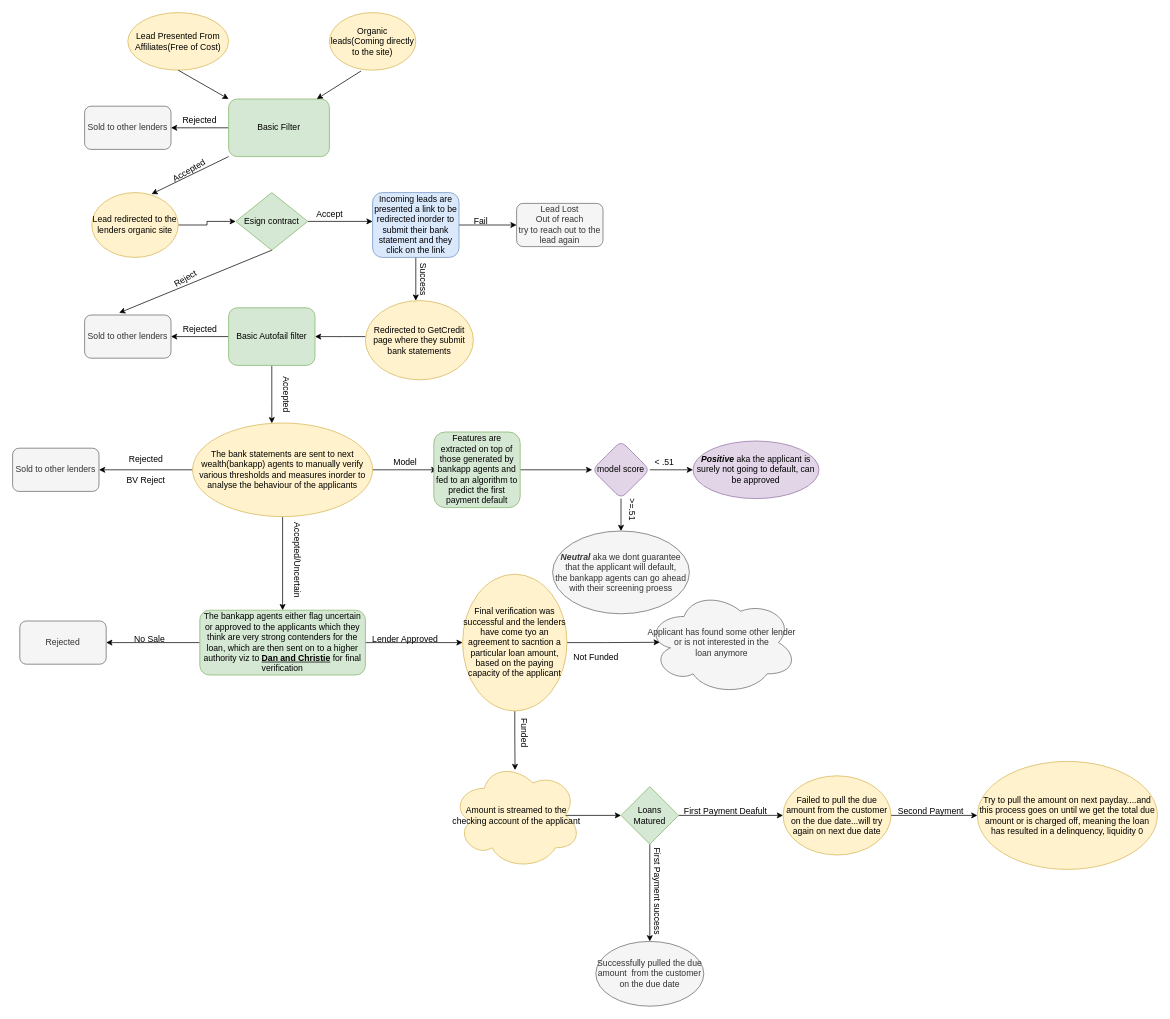
This is Untitled Diagram.drawio from vishal-subedi/test, a draw.io file, before an edit. Source tidied: cells renumbered, new cells numbered last; positions are measured from the earlier drawing's top-left corner, leaving out a move shared by most shapes. Both pictures are drawn from the tidied source at 72%, with x=0, y=0 at pixel (12, 12).
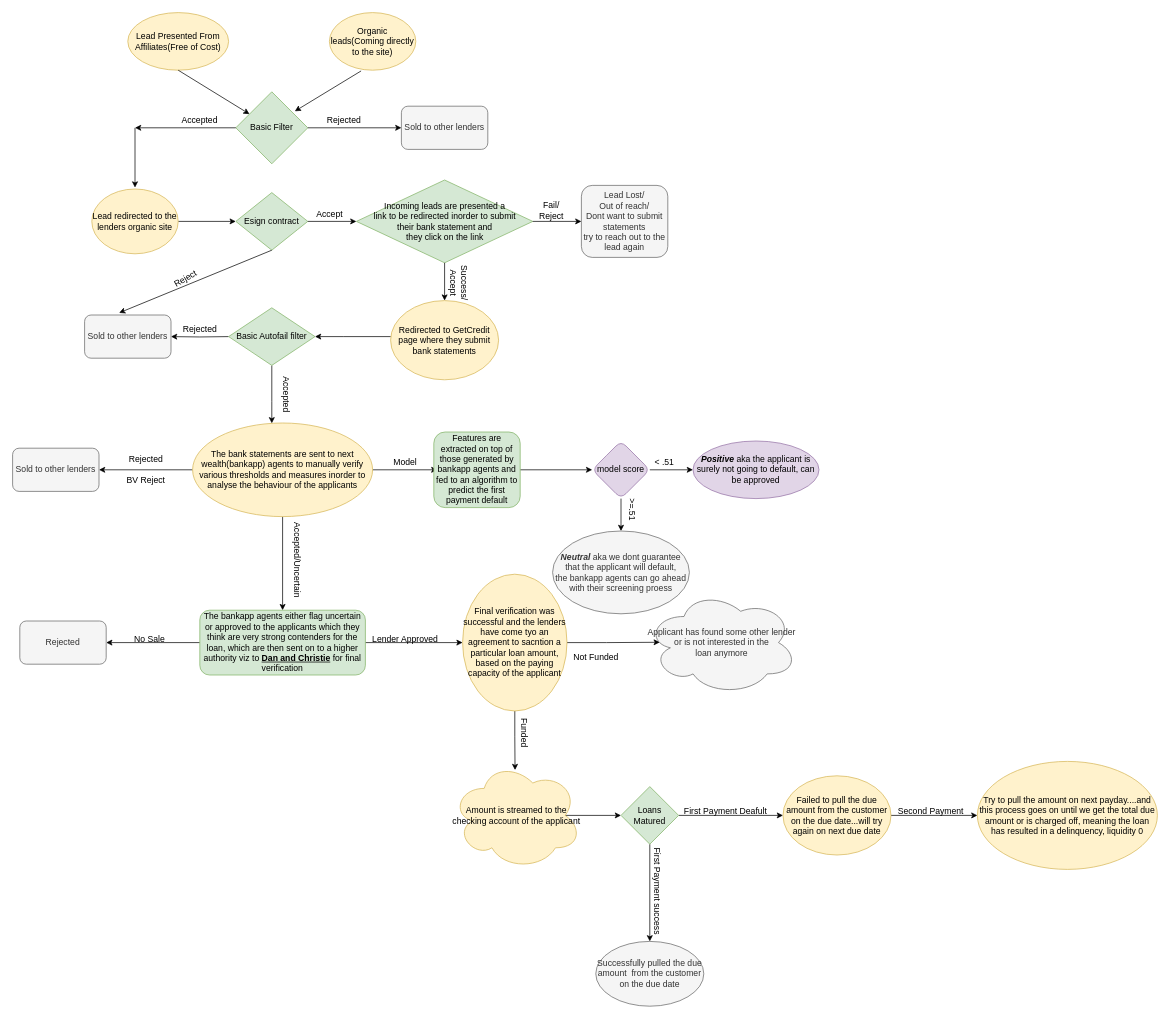
After the change.

Unchanged cells that the change refers to:
```xml
<mxCell id="6" value="Organic leads(Coming directly to the site)" style="ellipse;whiteSpace=wrap;html=1;fillColor=#fff2cc;strokeColor=#d6b656;" parent="1" vertex="1">
  <mxGeometry x="440" width="120" height="80" as="geometry" />
</mxCell>
<mxCell id="23" value="The bank statements are sent to next wealth(bankapp) agents to manually verify various thresholds and measures inorder to analyse the behaviour of the applicants" style="ellipse;whiteSpace=wrap;html=1;rounded=1;strokeColor=#d6b656;fillColor=#fff2cc;" parent="1" vertex="1">
  <mxGeometry x="250" y="570" width="250" height="130" as="geometry" />
</mxCell>
<mxCell id="24" value="Sold to other lenders" style="rounded=1;whiteSpace=wrap;html=1;fillColor=#f5f5f5;strokeColor=#666666;fontColor=#333333;" parent="1" vertex="1">
  <mxGeometry x="100" y="420" width="120" height="60" as="geometry" />
</mxCell>
<mxCell id="71" value="Esign contract" style="rhombus;whiteSpace=wrap;html=1;fillColor=#d5e8d4;strokeColor=#82b366;" parent="1" vertex="1">
  <mxGeometry x="310" y="250" width="100" height="80" as="geometry" />
</mxCell>
```

Change to the diagram source:
```diff
@@
-    <mxCell id="4" style="edgeStyle=orthogonalEdgeStyle;rounded=0;jettySize=auto;html=1;" parent="1" edge="1" source="5" target="8">
-      <mxGeometry relative="1" as="geometry" />
-    </mxCell>
-    <mxCell id="5" value="Basic Filter" style="rounded=1;whiteSpace=wrap;html=1;fillColor=#d5e8d4;strokeColor=#82b366;" parent="1" vertex="1">
-      <mxGeometry x="300" y="120" width="140" height="80" as="geometry" />
-    </mxCell>
@@
-    <mxCell id="7" style="endArrow=classic;html=1;exitX=0.367;exitY=1.013;exitDx=0;exitDy=0;exitPerimeter=0;entryX=0.875;entryY=0;entryDx=0;entryDy=0;entryPerimeter=0;" parent="1" edge="1" source="6" target="5">
+    <mxCell id="7" style="endArrow=classic;html=1;exitX=0.367;exitY=1.013;exitDx=0;exitDy=0;exitPerimeter=0;entryX=0.82;entryY=0.27;entryDx=0;entryDy=0;entryPerimeter=0;" parent="1" edge="1" source="6" target="5">
       <mxGeometry relative="1" as="geometry" />
     </mxCell>
     <mxCell id="8" value="Sold to other lenders" style="whiteSpace=wrap;html=1;rounded=1;fillColor=#f5f5f5;strokeColor=#666666;fontColor=#333333;" parent="1" vertex="1">
-      <mxGeometry x="100" y="130" width="120" height="60" as="geometry" />
+      <mxGeometry x="540" y="130" width="120" height="60" as="geometry" />
     </mxCell>
-    <mxCell id="9" value="Rejected" style="text;html=1;strokeColor=none;fillColor=none;align=center;verticalAlign=middle;whiteSpace=wrap;rounded=0;" parent="1" vertex="1">
+    <mxCell id="9" value="Accepted" style="text;html=1;strokeColor=none;fillColor=none;align=center;verticalAlign=middle;whiteSpace=wrap;rounded=0;" parent="1" vertex="1">
       <mxGeometry x="240" y="140" width="40" height="20" as="geometry" />
     </mxCell>
-    <mxCell id="10" style="edgeStyle=orthogonalEdgeStyle;rounded=0;jettySize=auto;html=1;" parent="1" edge="1" source="12" target="16">
-      <mxGeometry relative="1" as="geometry">
-        <Array as="points">
-          <mxPoint x="560" y="370" />
-          <mxPoint x="560" y="370" />
-        </Array>
-      </mxGeometry>
-    </mxCell>
-    <mxCell id="11" style="edgeStyle=orthogonalEdgeStyle;rounded=0;jettySize=auto;html=1;" parent="1" edge="1" source="12" target="27">
-      <mxGeometry relative="1" as="geometry" />
-    </mxCell>
-    <mxCell id="12" value="Incoming leads are presented a link to be redirected inorder to submit their bank statement and they click on the link" style="whiteSpace=wrap;html=1;rounded=1;fillColor=#dae8fc;strokeColor=#6c8ebf;" parent="1" vertex="1">
-      <mxGeometry x="500" y="250" width="120" height="90" as="geometry" />
-    </mxCell>
@@
     <mxCell id="14" value="Lead redirected to the lenders organic site" style="ellipse;whiteSpace=wrap;html=1;fillColor=#fff2cc;strokeColor=#d6b656;" parent="1" vertex="1">
-      <mxGeometry x="110" y="250" width="120" height="90" as="geometry" />
+      <mxGeometry x="110" y="245" width="120" height="90" as="geometry" />
     </mxCell>
-    <mxCell id="15" style="edgeStyle=orthogonalEdgeStyle;rounded=0;jettySize=auto;html=1;" parent="1" edge="1" source="16" target="19">
+    <mxCell id="15" style="edgeStyle=orthogonalEdgeStyle;rounded=0;jettySize=auto;html=1;" parent="1" edge="1" source="16">
       <mxGeometry relative="1" as="geometry">
+        <mxPoint x="420" y="450" as="targetPoint" />
         <Array as="points">
           <mxPoint x="460" y="450" />
           <mxPoint x="460" y="450" />
         </Array>
       </mxGeometry>
     </mxCell>
     <mxCell id="16" value="Redirected to GetCredit page where they submit bank statements" style="ellipse;whiteSpace=wrap;html=1;rounded=1;strokeColor=#d6b656;fillColor=#fff2cc;" parent="1" vertex="1">
-      <mxGeometry x="490" y="400" width="150" height="110" as="geometry" />
+      <mxGeometry x="525" y="400" width="150" height="110" as="geometry" />
     </mxCell>
-    <mxCell id="17" style="edgeStyle=orthogonalEdgeStyle;rounded=0;jettySize=auto;html=1;" parent="1" edge="1" source="19" target="24">
-      <mxGeometry relative="1" as="geometry" />
+    <mxCell id="17" style="edgeStyle=orthogonalEdgeStyle;rounded=0;jettySize=auto;html=1;" parent="1" edge="1" target="24">
+      <mxGeometry relative="1" as="geometry">
+        <mxPoint x="300" y="450" as="sourcePoint" />
+      </mxGeometry>
     </mxCell>
-    <mxCell id="18" style="edgeStyle=orthogonalEdgeStyle;rounded=0;jettySize=auto;html=1;" parent="1" edge="1" source="19" target="23">
+    <mxCell id="18" style="edgeStyle=orthogonalEdgeStyle;rounded=0;jettySize=auto;html=1;" parent="1" edge="1" target="23">
       <mxGeometry relative="1" as="geometry">
+        <mxPoint x="360" y="490" as="sourcePoint" />
         <Array as="points">
           <mxPoint x="360" y="540" />
           <mxPoint x="360" y="540" />
         </Array>
       </mxGeometry>
     </mxCell>
-    <mxCell id="19" value="Basic Autofail filter" style="whiteSpace=wrap;html=1;rounded=1;strokeColor=#82b366;fillColor=#d5e8d4;" parent="1" vertex="1">
-      <mxGeometry x="300" y="410" width="120" height="80" as="geometry" />
-    </mxCell>
@@
-    <mxCell id="26" value="Success" style="text;html=1;align=center;verticalAlign=middle;rotation=90;" parent="1" vertex="1">
-      <mxGeometry x="540" y="360" width="60" height="20" as="geometry" />
+    <mxCell id="26" value="&lt;div&gt;Success/&lt;/div&gt;&lt;div&gt;Accept&lt;/div&gt;" style="text;html=1;align=center;verticalAlign=middle;rotation=90;" parent="1" vertex="1">
+      <mxGeometry x="585" y="360" width="70" height="30" as="geometry" />
     </mxCell>
-    <mxCell id="27" value="&lt;div&gt;Lead Lost&lt;/div&gt;&lt;div&gt;Out of reach&lt;/div&gt;&lt;div&gt;try to reach out to the lead again&lt;br&gt;&lt;/div&gt;" style="whiteSpace=wrap;html=1;rounded=1;strokeColor=#666666;fillColor=#f5f5f5;fontColor=#333333;" parent="1" vertex="1">
-      <mxGeometry x="700" y="265" width="120" height="60" as="geometry" />
+    <mxCell id="27" value="&lt;div&gt;Lead Lost/&lt;/div&gt;&lt;div&gt;Out of reach/&lt;/div&gt;&lt;div&gt;Dont want to submit statements&lt;br&gt;&lt;/div&gt;&lt;div&gt;try to reach out to the lead again&lt;br&gt;&lt;/div&gt;" style="whiteSpace=wrap;html=1;rounded=1;strokeColor=#666666;fillColor=#f5f5f5;fontColor=#333333;" parent="1" vertex="1">
+      <mxGeometry x="790" y="240" width="120" height="100" as="geometry" />
     </mxCell>
-    <mxCell id="28" value="Fail" style="text;html=1;align=center;verticalAlign=middle;" parent="1" vertex="1">
-      <mxGeometry x="630" y="280" width="40" height="20" as="geometry" />
-    </mxCell>
@@
-    <mxCell id="68" style="endArrow=classic;html=1;entryX=0.692;entryY=0.022;entryDx=0;entryDy=0;entryPerimeter=0;exitX=0;exitY=1;exitDx=0;exitDy=0;" parent="1" edge="1" source="5" target="14">
-      <mxGeometry relative="1" as="geometry" />
-    </mxCell>
-    <mxCell id="69" value="Accepted" style="text;html=1;align=center;verticalAlign=middle;rotation=-30;" parent="1" vertex="1">
-      <mxGeometry x="210" y="210" width="70" height="20" as="geometry" />
-    </mxCell>
-    <mxCell id="70" style="edgeStyle=orthogonalEdgeStyle;rounded=0;jettySize=auto;html=1;" parent="1" edge="1" source="71" target="12">
-      <mxGeometry relative="1" as="geometry">
-        <Array as="points">
-          <mxPoint x="470" y="290" />
-          <mxPoint x="470" y="290" />
-        </Array>
-      </mxGeometry>
-    </mxCell>
@@
+    <mxCell id="5" value="Basic Filter" style="rhombus;whiteSpace=wrap;html=1;fillColor=#d5e8d4;strokeColor=#82b366;" parent="1" vertex="1">
+      <mxGeometry x="310" y="110" width="100" height="100" as="geometry" />
+    </mxCell>
+    <mxCell id="4" style="endArrow=classic;html=1;entryX=0;entryY=0.5;entryDx=0;entryDy=0;exitX=1;exitY=0.5;exitDx=0;exitDy=0;" parent="1" edge="1" source="5" target="8">
+      <mxGeometry relative="1" as="geometry" />
+    </mxCell>
+    <mxCell id="75" style="endArrow=classic;html=1;exitX=0;exitY=0.5;exitDx=0;exitDy=0;" parent="1" edge="1" source="5">
+      <mxGeometry relative="1" as="geometry">
+        <mxPoint x="170" y="160" as="targetPoint" />
+      </mxGeometry>
+    </mxCell>
+    <mxCell id="76" style="endArrow=classic;html=1;" parent="1" edge="1">
+      <mxGeometry relative="1" as="geometry">
+        <mxPoint x="170" y="160" as="sourcePoint" />
+        <mxPoint x="170" y="243" as="targetPoint" />
+      </mxGeometry>
+    </mxCell>
+    <mxCell id="77" value="Rejected" style="text;html=1;align=center;verticalAlign=middle;" parent="1" vertex="1">
+      <mxGeometry x="430" y="140" width="60" height="20" as="geometry" />
+    </mxCell>
+    <mxCell id="12" value="&lt;div&gt;Incoming leads are presented a &lt;br&gt;&lt;/div&gt;&lt;div&gt;link to be redirected inorder to submit &lt;br&gt;&lt;/div&gt;&lt;div&gt;their bank statement and &lt;br&gt;&lt;/div&gt;&lt;div&gt;they click on the link&lt;/div&gt;" style="rhombus;whiteSpace=wrap;html=1;fillColor=#d5e8d4;strokeColor=#82b366;" parent="1" vertex="1">
+      <mxGeometry x="477.5" y="232.5" width="245" height="115" as="geometry" />
+    </mxCell>
+    <mxCell id="11" style="endArrow=classic;html=1;exitX=1;exitY=0.5;exitDx=0;exitDy=0;entryX=0;entryY=0.5;entryDx=0;entryDy=0;" parent="1" edge="1" source="12" target="27">
+      <mxGeometry relative="1" as="geometry" />
+    </mxCell>
+    <mxCell id="70" style="endArrow=classic;html=1;exitX=1;exitY=0.5;exitDx=0;exitDy=0;entryX=0;entryY=0.5;entryDx=0;entryDy=0;" parent="1" edge="1" source="71" target="12">
+      <mxGeometry relative="1" as="geometry" />
+    </mxCell>
+    <mxCell id="10" style="endArrow=classic;html=1;exitX=0.5;exitY=1;exitDx=0;exitDy=0;entryX=0.5;entryY=0;entryDx=0;entryDy=0;" parent="1" edge="1" source="12" target="16">
+      <mxGeometry relative="1" as="geometry" />
+    </mxCell>
+    <mxCell id="78" value="&lt;div&gt;Fail/&lt;/div&gt;&lt;div&gt;Reject&lt;/div&gt;" style="text;html=1;align=center;verticalAlign=middle;" parent="1" vertex="1">
+      <mxGeometry x="722.5" y="260" width="50" height="30" as="geometry" />
+    </mxCell>
+    <mxCell id="19" value="Basic Autofail filter" style="rhombus;whiteSpace=wrap;html=1;fillColor=#d5e8d4;strokeColor=#82b366;" parent="1" vertex="1">
+      <mxGeometry x="300" y="410" width="120" height="80" as="geometry" />
+    </mxCell>
```
